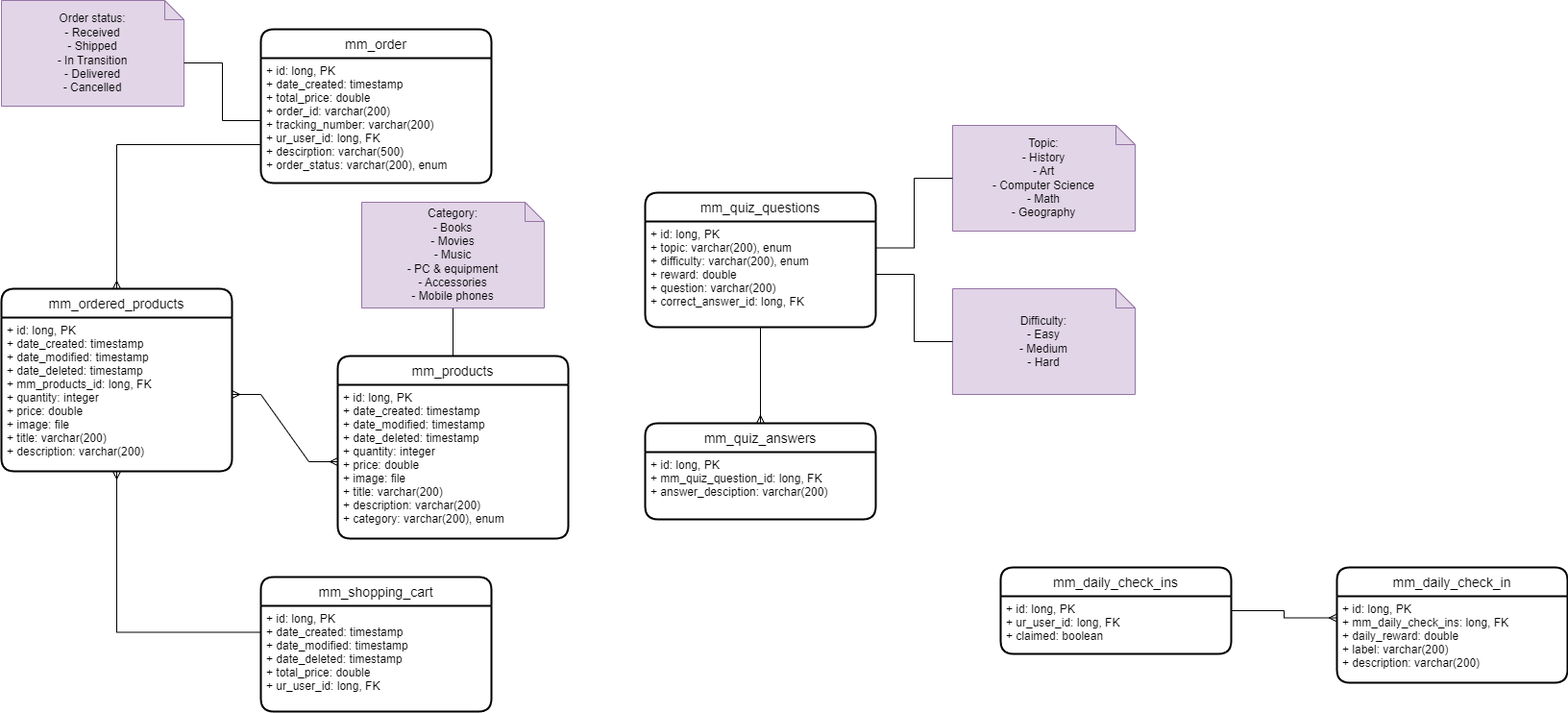
The draw.io diagram EMT_diagrams-metamodels.drawio.png in bbozilov26/EMT_2023_backend, before a commit. Source tidied: cells renumbered, new cells last; positions are measured from the earlier drawing's top-left corner, leaving out a move shared by most shapes.
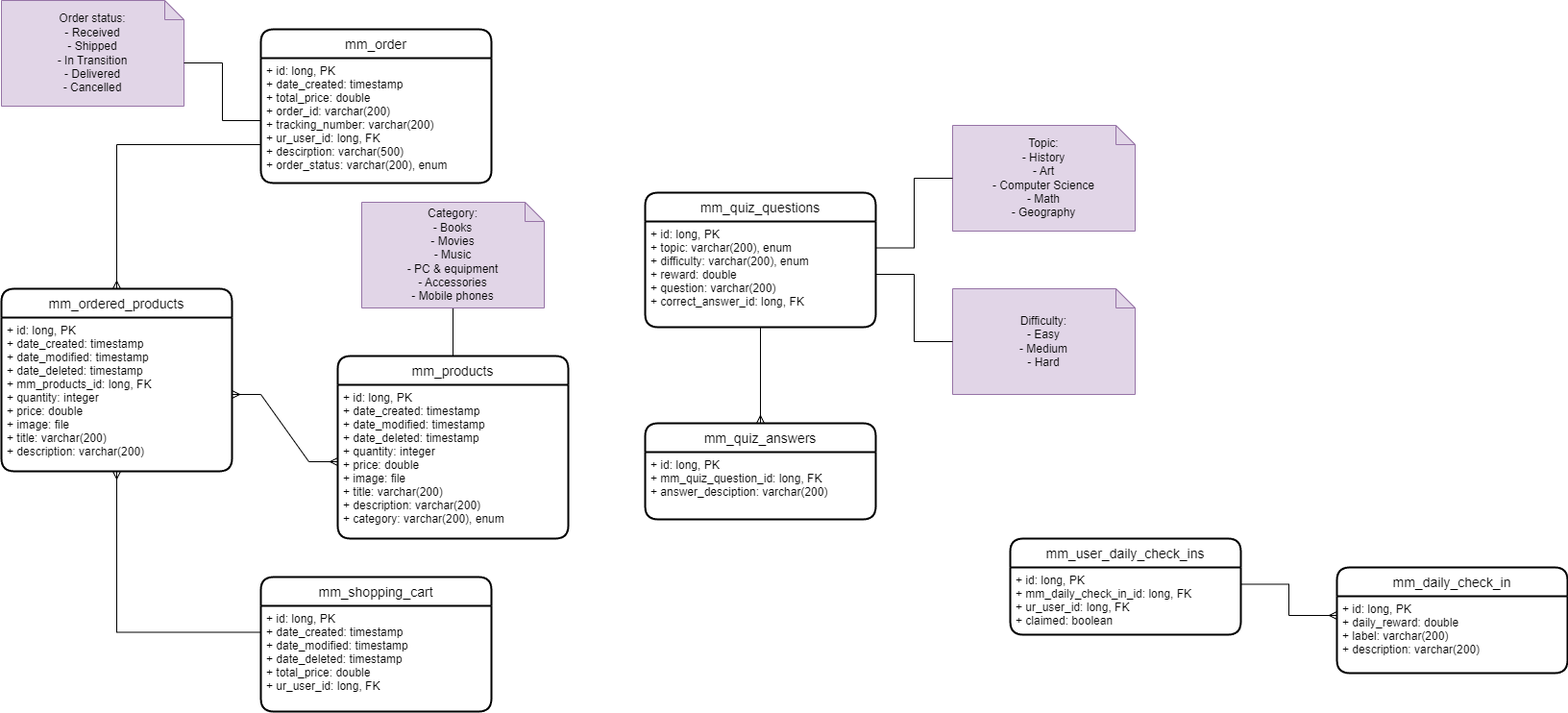
The same file after the commit.

What changed in the source:
```diff
@@ -48,16 +48,16 @@
       <mxGeometry y="30" width="240" height="110" as="geometry" />
     </mxCell>
     <mxCell id="17" value="mm_daily_check_in" style="swimlane;horizontal=1;startSize=30;rounded=1;fontSize=14;fontStyle=0;strokeWidth=2;shadow=0;dashed=0;align=center;" parent="1" vertex="1">
-      <mxGeometry x="1390" y="590" width="240" height="120" as="geometry" />
+      <mxGeometry x="1390" y="590" width="240" height="110" as="geometry" />
     </mxCell>
-    <mxCell id="18" value="+ id: long, PK&#10;+ mm_daily_check_ins: long, FK&#10;+ daily_reward: double&#10;+ label: varchar(200)&#10;+ description: varchar(200)" style="align=left;strokeColor=none;fillColor=none;spacingLeft=4;fontSize=12;verticalAlign=top;" parent="17" vertex="1">
-      <mxGeometry y="30" width="240" height="90" as="geometry" />
+    <mxCell id="18" value="+ id: long, PK&#10;+ daily_reward: double&#10;+ label: varchar(200)&#10;+ description: varchar(200)" style="align=left;strokeColor=none;fillColor=none;spacingLeft=4;fontSize=12;verticalAlign=top;" parent="17" vertex="1">
+      <mxGeometry y="30" width="240" height="80" as="geometry" />
     </mxCell>
-    <mxCell id="19" value="mm_daily_check_ins" style="swimlane;horizontal=1;startSize=30;rounded=1;fontSize=14;fontStyle=0;strokeWidth=2;shadow=0;dashed=0;align=center;" parent="1" vertex="1">
-      <mxGeometry x="1040" y="590" width="240" height="90" as="geometry" />
+    <mxCell id="19" value="mm_user_daily_check_ins" style="swimlane;horizontal=1;startSize=30;rounded=1;fontSize=14;fontStyle=0;strokeWidth=2;shadow=0;dashed=0;align=center;" parent="1" vertex="1">
+      <mxGeometry x="1050" y="560" width="240" height="100" as="geometry" />
     </mxCell>
-    <mxCell id="20" value="+ id: long, PK&#10;+ ur_user_id: long, FK&#10;+ claimed: boolean" style="align=left;strokeColor=none;fillColor=none;spacingLeft=4;fontSize=12;verticalAlign=top;" parent="19" vertex="1">
-      <mxGeometry y="30" width="240" height="60" as="geometry" />
+    <mxCell id="20" value="+ id: long, PK&#10;+ mm_daily_check_in_id: long, FK&#10;+ ur_user_id: long, FK&#10;+ claimed: boolean" style="align=left;strokeColor=none;fillColor=none;spacingLeft=4;fontSize=12;verticalAlign=top;" parent="19" vertex="1">
+      <mxGeometry y="30" width="240" height="70" as="geometry" />
     </mxCell>
     <mxCell id="21" style="edgeStyle=orthogonalEdgeStyle;rounded=0;jettySize=auto;html=1;exitX=1;exitY=0.25;exitDx=0;exitDy=0;entryX=0;entryY=0.25;entryDx=0;entryDy=0;endArrow=ERmany;endFill=0;" parent="1" edge="1" source="20" target="18">
       <mxGeometry relative="1" as="geometry" />
```
